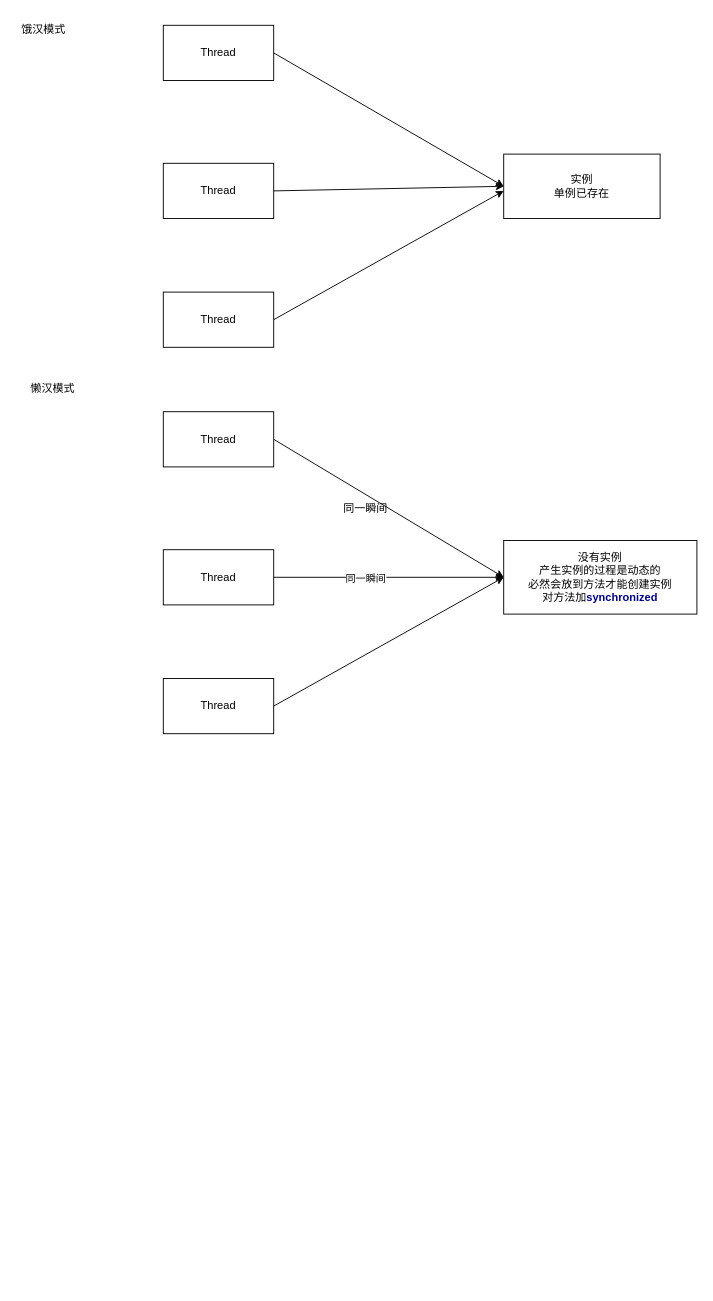
Above: pattern/Pattern-Singleton.drawio in CoralHu/java-edu-diagram (draw.io), before the change. Source tidied: cells renumbered, new cells numbered last; positions are measured from the earlier drawing's top-left corner, leaving out a move shared by most shapes. Both pictures are drawn from the tidied source at 92%, with x=0, y=0 at pixel (16, 16).
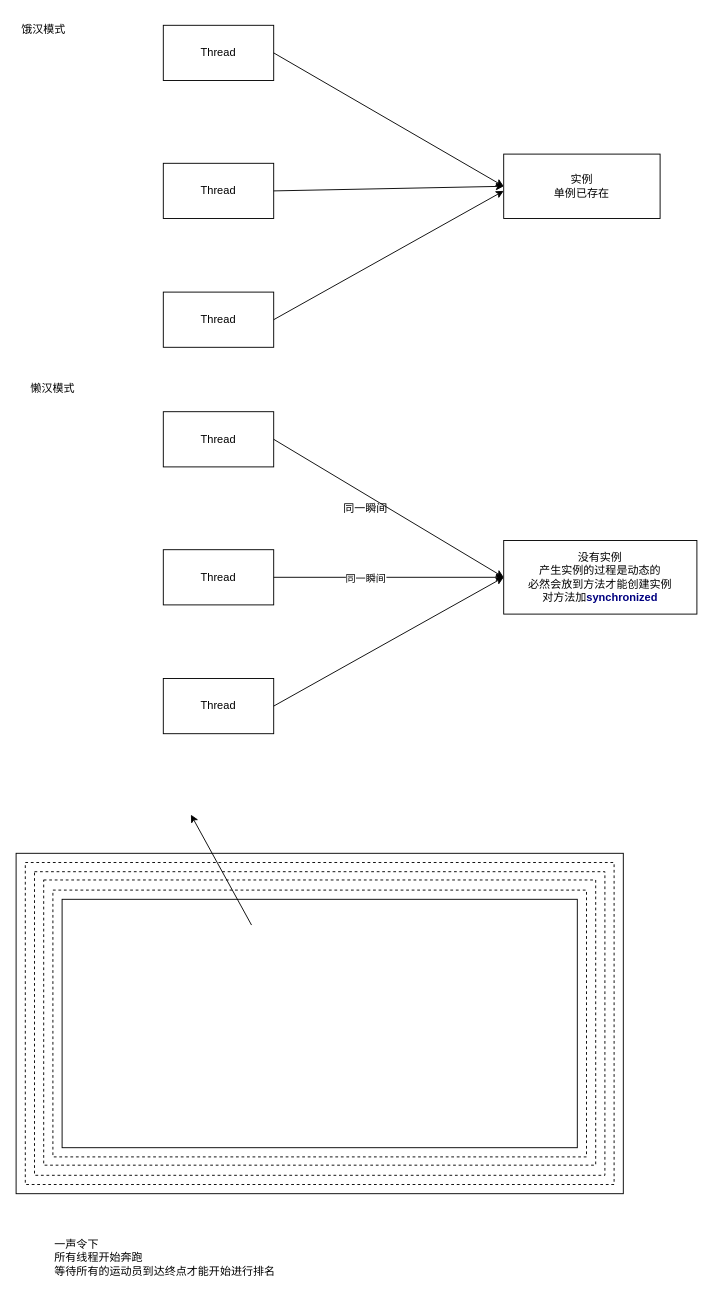
Above is the later version.

The edit, as a diff of the source:
```diff
@@
+    <mxCell id="20" style="rounded=0;whiteSpace=wrap;html=1;" parent="1" vertex="1">
+      <mxGeometry y="910" width="660" height="370" as="geometry" />
+    </mxCell>
+    <mxCell id="21" style="rounded=0;whiteSpace=wrap;html=1;dashed=1;" parent="1" vertex="1">
+      <mxGeometry x="10" y="920" width="640" height="350" as="geometry" />
+    </mxCell>
+    <mxCell id="22" style="rounded=0;whiteSpace=wrap;html=1;dashed=1;" parent="1" vertex="1">
+      <mxGeometry x="20" y="930" width="620" height="330" as="geometry" />
+    </mxCell>
+    <mxCell id="23" style="rounded=0;whiteSpace=wrap;html=1;dashed=1;" parent="1" vertex="1">
+      <mxGeometry x="30" y="939" width="600" height="310" as="geometry" />
+    </mxCell>
+    <mxCell id="24" style="rounded=0;whiteSpace=wrap;html=1;dashed=1;" parent="1" vertex="1">
+      <mxGeometry x="40" y="950" width="580" height="290" as="geometry" />
+    </mxCell>
+    <mxCell id="25" style="rounded=0;whiteSpace=wrap;html=1;" parent="1" vertex="1">
+      <mxGeometry x="50" y="960" width="560" height="270" as="geometry" />
+    </mxCell>
+    <mxCell id="26" style="endArrow=classic;html=1;rounded=0;" parent="1" edge="1">
+      <mxGeometry relative="1" as="geometry">
+        <mxPoint x="255.9" y="988" as="sourcePoint" />
+        <mxPoint x="190" y="868" as="targetPoint" />
+      </mxGeometry>
+    </mxCell>
+    <mxCell id="27" value="一声令下&lt;br&gt;所有线程开始奔跑&lt;br&gt;等待所有的运动员到达终点才能开始进行排名&lt;br&gt;" style="text;html=1;strokeColor=none;fillColor=none;align=left;verticalAlign=middle;whiteSpace=wrap;rounded=0;dashed=1;" parent="1" vertex="1">
+      <mxGeometry x="40" y="1320" width="330" height="60" as="geometry" />
+    </mxCell>
```
